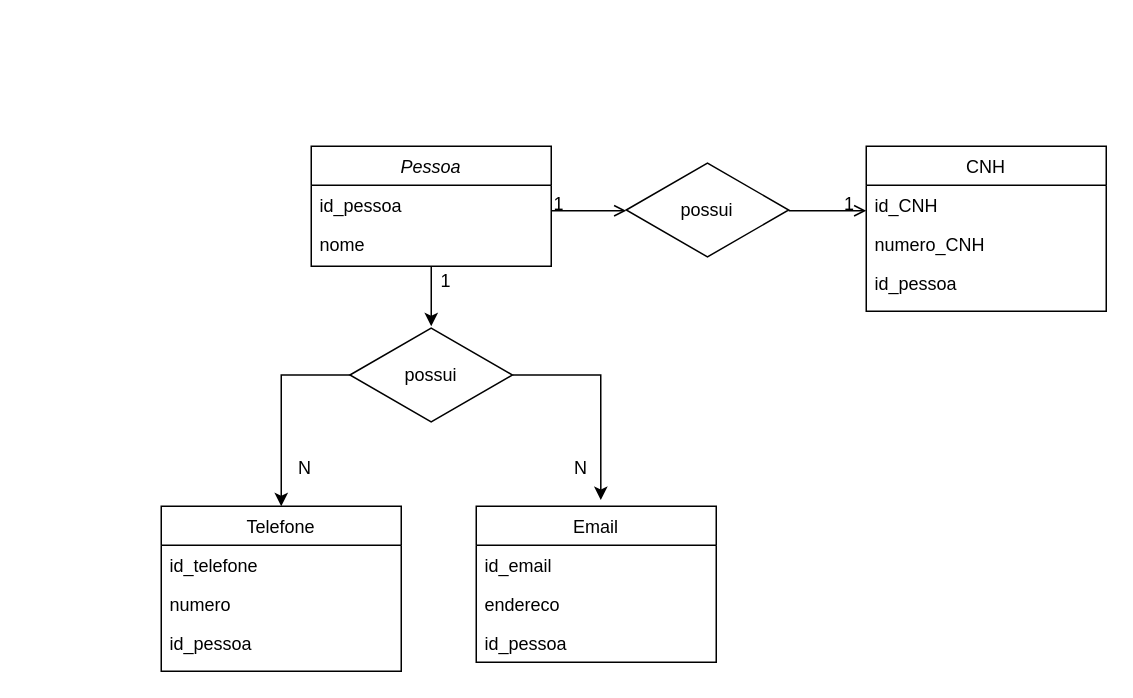
This is exercicio_1_1/pessoas.drawio from Marqzzs/senai_sprint1_bd, a draw.io file, before an edit. Source tidied: cells renumbered, new cells numbered last; positions are measured from the earlier drawing's top-left corner, leaving out a move shared by most shapes. Both pictures are drawn from the tidied source at 150%, with x=0, y=0 at pixel (160, 146).
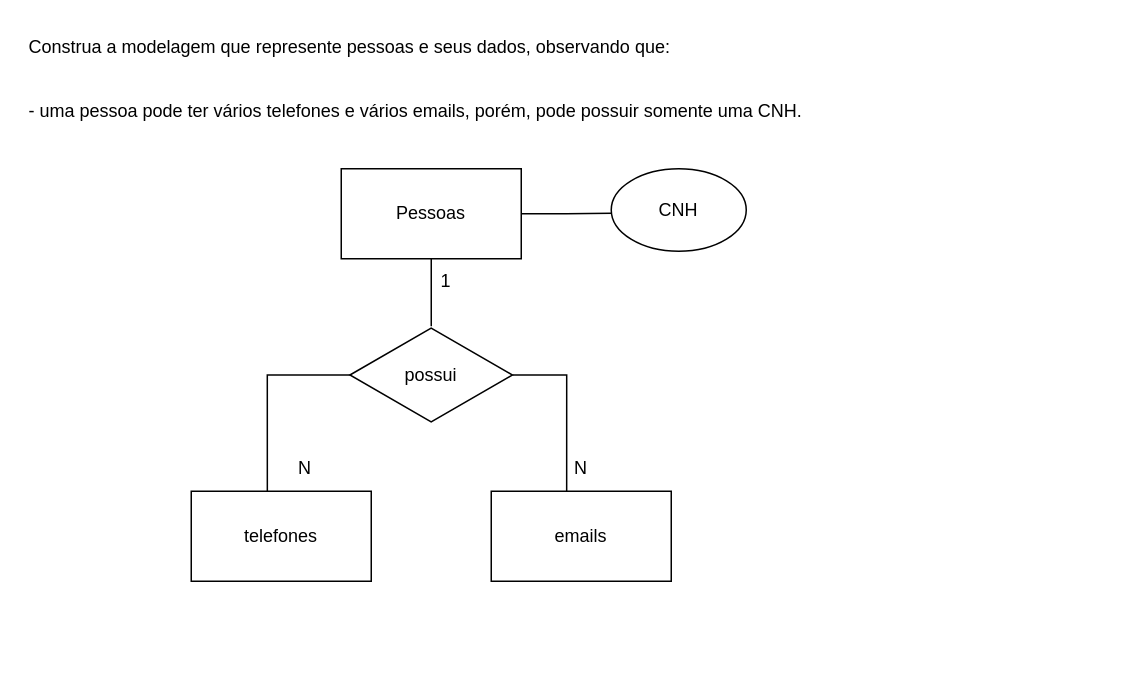
The same diagram, later.

The change refers to these unchanged cells:
```xml
<mxCell id="25" value="possui" style="html=1;whiteSpace=wrap;shape=isoRectangle;" parent="1" vertex="1">
  <mxGeometry x="125.8" y="120" width="108.3" height="65" as="geometry" />
</mxCell>
<mxCell id="27" value="N" style="text;html=1;strokeColor=none;fillColor=none;align=center;verticalAlign=middle;whiteSpace=wrap;rounded=0;" parent="1" vertex="1">
  <mxGeometry x="65.8" y="200" width="60" height="30" as="geometry" />
</mxCell>
<mxCell id="28" value="N" style="text;html=1;strokeColor=none;fillColor=none;align=center;verticalAlign=middle;whiteSpace=wrap;rounded=0;" parent="1" vertex="1">
  <mxGeometry x="250" y="200" width="60" height="30" as="geometry" />
</mxCell>
```

The edit, as a diff of the source:
```diff
@@
-    <mxCell id="2" style="edgeStyle=orthogonalEdgeStyle;rounded=0;jettySize=auto;html=1;" parent="1" edge="1" source="3" target="25">
-      <mxGeometry relative="1" as="geometry" />
-    </mxCell>
-    <mxCell id="3" value="Pessoa" style="swimlane;fontStyle=2;align=center;verticalAlign=top;horizontal=1;startSize=26;rounded=0;shadow=0;strokeWidth=1;" parent="1" vertex="1">
-      <mxGeometry x="100" width="160" height="80" as="geometry" />
-    </mxCell>
-    <mxCell id="4" value="id_pessoa" style="text;align=left;verticalAlign=top;spacingLeft=4;spacingRight=4;overflow=hidden;" parent="3" vertex="1">
-      <mxGeometry y="26" width="160" height="26" as="geometry" />
-    </mxCell>
-    <mxCell id="5" value="nome" style="text;align=left;verticalAlign=top;spacingLeft=4;spacingRight=4;overflow=hidden;rounded=0;shadow=0;html=0;" parent="3" vertex="1">
-      <mxGeometry y="52" width="160" height="26" as="geometry" />
-    </mxCell>
-    <mxCell id="6" value="Telefone" style="swimlane;fontStyle=0;align=center;verticalAlign=top;horizontal=1;startSize=26;rounded=0;shadow=0;strokeWidth=1;" parent="1" vertex="1">
-      <mxGeometry y="240" width="160" height="110" as="geometry" />
-    </mxCell>
-    <mxCell id="7" value="id_telefone" style="text;align=left;verticalAlign=top;spacingLeft=4;spacingRight=4;overflow=hidden;" parent="6" vertex="1">
-      <mxGeometry y="26" width="160" height="26" as="geometry" />
-    </mxCell>
-    <mxCell id="8" value="numero" style="text;align=left;verticalAlign=top;spacingLeft=4;spacingRight=4;overflow=hidden;rounded=0;shadow=0;html=0;" parent="6" vertex="1">
-      <mxGeometry y="52" width="160" height="26" as="geometry" />
-    </mxCell>
-    <mxCell id="9" value="id_pessoa" style="text;align=left;verticalAlign=top;spacingLeft=4;spacingRight=4;overflow=hidden;rounded=0;shadow=0;html=0;" parent="6" vertex="1">
-      <mxGeometry y="78" width="160" height="26" as="geometry" />
-    </mxCell>
-    <mxCell id="10" value="Email" style="swimlane;fontStyle=0;align=center;verticalAlign=top;horizontal=1;startSize=26;rounded=0;shadow=0;strokeWidth=1;" parent="1" vertex="1">
-      <mxGeometry x="210" y="240" width="160" height="104" as="geometry" />
-    </mxCell>
-    <mxCell id="11" value="id_email" style="text;align=left;verticalAlign=top;spacingLeft=4;spacingRight=4;overflow=hidden;" parent="10" vertex="1">
-      <mxGeometry y="26" width="160" height="26" as="geometry" />
-    </mxCell>
-    <mxCell id="12" value="endereco" style="text;align=left;verticalAlign=top;spacingLeft=4;spacingRight=4;overflow=hidden;" parent="10" vertex="1">
-      <mxGeometry y="52" width="160" height="26" as="geometry" />
-    </mxCell>
-    <mxCell id="13" value="id_pessoa" style="text;align=left;verticalAlign=top;spacingLeft=4;spacingRight=4;overflow=hidden;" parent="10" vertex="1">
-      <mxGeometry y="78" width="160" height="26" as="geometry" />
-    </mxCell>
-    <mxCell id="14" value="CNH" style="swimlane;fontStyle=0;align=center;verticalAlign=top;horizontal=1;startSize=26;rounded=0;shadow=0;strokeWidth=1;" parent="1" vertex="1">
-      <mxGeometry x="470" width="160" height="110" as="geometry" />
-    </mxCell>
-    <mxCell id="15" value="id_CNH" style="text;align=left;verticalAlign=top;spacingLeft=4;spacingRight=4;overflow=hidden;" parent="14" vertex="1">
-      <mxGeometry y="26" width="160" height="26" as="geometry" />
-    </mxCell>
-    <mxCell id="16" value="numero_CNH" style="text;align=left;verticalAlign=top;spacingLeft=4;spacingRight=4;overflow=hidden;rounded=0;shadow=0;html=0;" parent="14" vertex="1">
-      <mxGeometry y="52" width="160" height="26" as="geometry" />
-    </mxCell>
-    <mxCell id="17" value="id_pessoa" style="text;align=left;verticalAlign=top;spacingLeft=4;spacingRight=4;overflow=hidden;rounded=0;shadow=0;html=0;" parent="14" vertex="1">
-      <mxGeometry y="78" width="160" height="26" as="geometry" />
-    </mxCell>
-    <mxCell id="18" style="endArrow=open;shadow=0;strokeWidth=1;rounded=0;endFill=1;edgeStyle=elbowEdgeStyle;elbow=vertical;" parent="1" edge="1" source="22" target="14">
-      <mxGeometry x="0.5" y="41" relative="1" as="geometry">
-        <mxPoint x="-40" y="32" as="offset" />
-      </mxGeometry>
-    </mxCell>
-    <mxCell id="19" value="1" style="align=right;verticalAlign=bottom;labelBackgroundColor=none;fontSize=12;" parent="18" vertex="1">
-      <mxGeometry x="1" relative="1" as="geometry">
-        <mxPoint x="-7" y="4" as="offset" />
-      </mxGeometry>
-    </mxCell>
-    <mxCell id="20" style="endArrow=open;shadow=0;strokeWidth=1;rounded=0;endFill=1;edgeStyle=elbowEdgeStyle;elbow=vertical;" parent="1" edge="1" source="3" target="22">
-      <mxGeometry x="0.5" y="41" relative="1" as="geometry">
-        <mxPoint x="-40" y="32" as="offset" />
-      </mxGeometry>
-    </mxCell>
-    <mxCell id="21" value="1" style="align=left;verticalAlign=bottom;labelBackgroundColor=none;fontSize=12;" parent="20" vertex="1">
-      <mxGeometry x="-1" relative="1" as="geometry">
-        <mxPoint y="4" as="offset" />
-      </mxGeometry>
-    </mxCell>
-    <mxCell id="22" value="possui" style="html=1;whiteSpace=wrap;shape=isoRectangle;" parent="1" vertex="1">
-      <mxGeometry x="310" y="10" width="108.3" height="65" as="geometry" />
-    </mxCell>
-    <mxCell id="23" style="edgeStyle=orthogonalEdgeStyle;rounded=0;jettySize=auto;html=1;entryX=0.519;entryY=-0.04;entryDx=0;entryDy=0;entryPerimeter=0;" parent="1" edge="1" source="25" target="10">
-      <mxGeometry relative="1" as="geometry">
-        <Array as="points">
-          <mxPoint x="293" y="152" />
-        </Array>
-      </mxGeometry>
-    </mxCell>
-    <mxCell id="24" style="edgeStyle=orthogonalEdgeStyle;rounded=0;jettySize=auto;html=1;entryX=0.5;entryY=0;entryDx=0;entryDy=0;" parent="1" edge="1" source="25" target="6">
-      <mxGeometry relative="1" as="geometry">
-        <Array as="points">
-          <mxPoint x="80" y="152" />
-        </Array>
-      </mxGeometry>
-    </mxCell>
+    <mxCell id="29" style="edgeStyle=orthogonalEdgeStyle;rounded=0;jettySize=auto;html=1;entryX=0.5;entryY=1;entryDx=0;entryDy=0;endArrow=none;endFill=0;" parent="1" edge="1" source="25" target="33">
+      <mxGeometry relative="1" as="geometry" />
+    </mxCell>
+    <mxCell id="30" style="edgeStyle=orthogonalEdgeStyle;rounded=0;jettySize=auto;html=1;entryX=0.338;entryY=1.035;entryDx=0;entryDy=0;entryPerimeter=0;endArrow=none;endFill=0;" parent="1" edge="1" source="25" target="28">
+      <mxGeometry relative="1" as="geometry" />
+    </mxCell>
+    <mxCell id="31" style="edgeStyle=orthogonalEdgeStyle;rounded=0;jettySize=auto;html=1;entryX=0.082;entryY=1.004;entryDx=0;entryDy=0;entryPerimeter=0;endArrow=none;endFill=0;" parent="1" edge="1" source="25" target="27">
+      <mxGeometry relative="1" as="geometry">
+        <Array as="points">
+          <mxPoint x="70" y="153" />
+          <mxPoint x="70" y="230" />
+        </Array>
+      </mxGeometry>
+    </mxCell>
@@
+    <mxCell id="32" style="edgeStyle=orthogonalEdgeStyle;rounded=0;jettySize=auto;html=1;entryX=0.006;entryY=0.54;entryDx=0;entryDy=0;entryPerimeter=0;endArrow=none;endFill=0;" parent="1" edge="1" source="33" target="14">
+      <mxGeometry relative="1" as="geometry" />
+    </mxCell>
+    <mxCell id="33" value="Pessoas" style="rounded=0;whiteSpace=wrap;html=1;" parent="1" vertex="1">
+      <mxGeometry x="120" y="15" width="120" height="60" as="geometry" />
+    </mxCell>
+    <mxCell id="34" value="telefones" style="rounded=0;whiteSpace=wrap;html=1;" parent="1" vertex="1">
+      <mxGeometry x="20" y="230" width="120" height="60" as="geometry" />
+    </mxCell>
+    <mxCell id="35" value="emails" style="rounded=0;whiteSpace=wrap;html=1;" parent="1" vertex="1">
+      <mxGeometry x="220" y="230" width="120" height="60" as="geometry" />
+    </mxCell>
+    <mxCell id="14" value="CNH" style="ellipse;whiteSpace=wrap;html=1;" parent="1" vertex="1">
+      <mxGeometry x="300" y="15" width="90" height="55" as="geometry" />
+    </mxCell>
+    <mxCell id="36" value="Construa a modelagem que represente pessoas e seus dados, observando que:&#10;&#10;&#10;- uma pessoa pode ter vários telefones e vários emails, porém, pode possuir somente uma CNH." style="text;whiteSpace=wrap;" parent="1" vertex="1">
+      <mxGeometry x="-90" y="-80" width="560" height="80" as="geometry" />
+    </mxCell>
```
